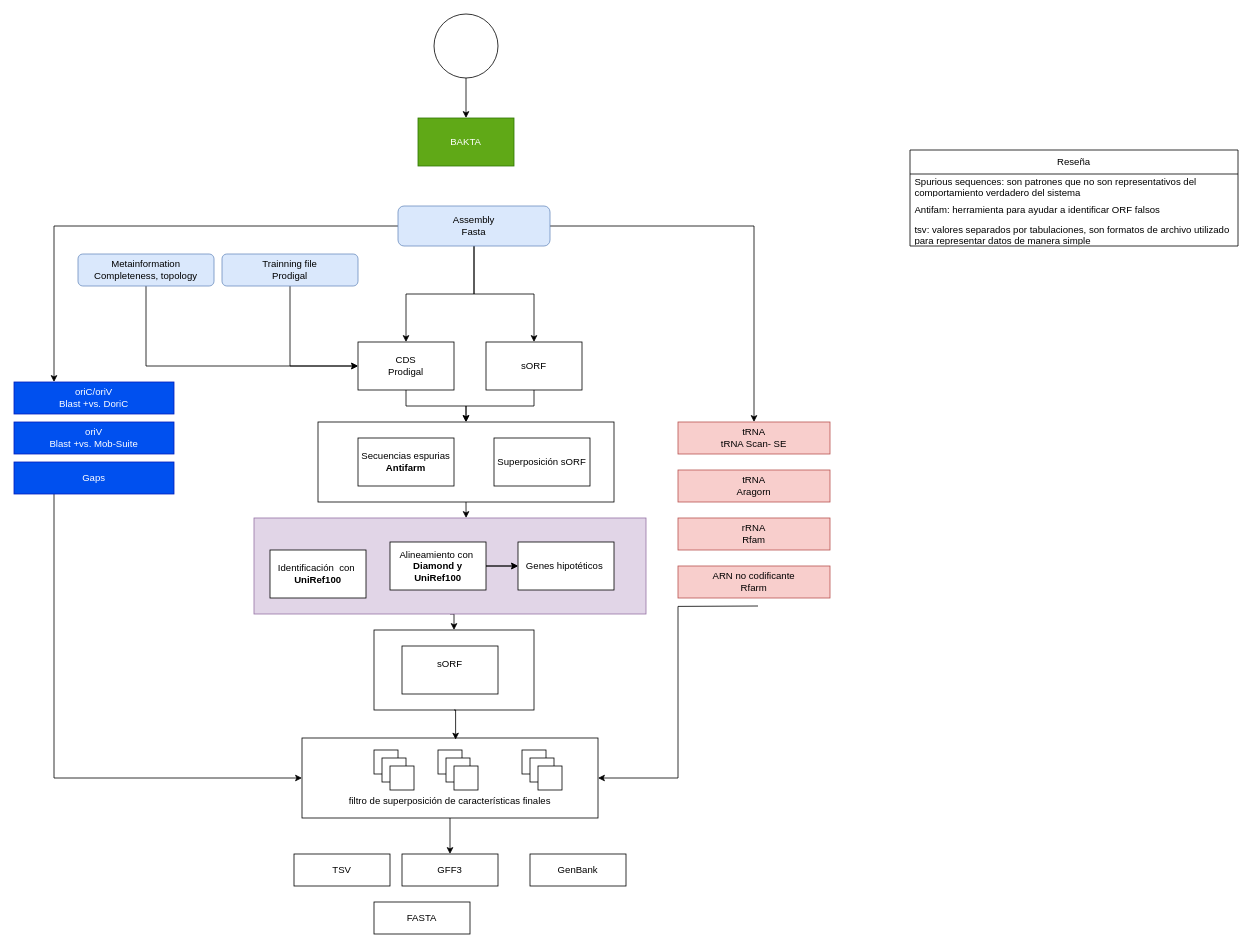
Earlier version of the draw.io diagram Diagrama sin título.drawio (danycp5/Trabajo_final). Source tidied: cells renumbered, new cells numbered last; positions are measured from the earlier drawing's top-left corner, leaving out a move shared by most shapes. Both pictures are drawn from the tidied source at 80%, with x=0, y=0 at pixel (14, 14).
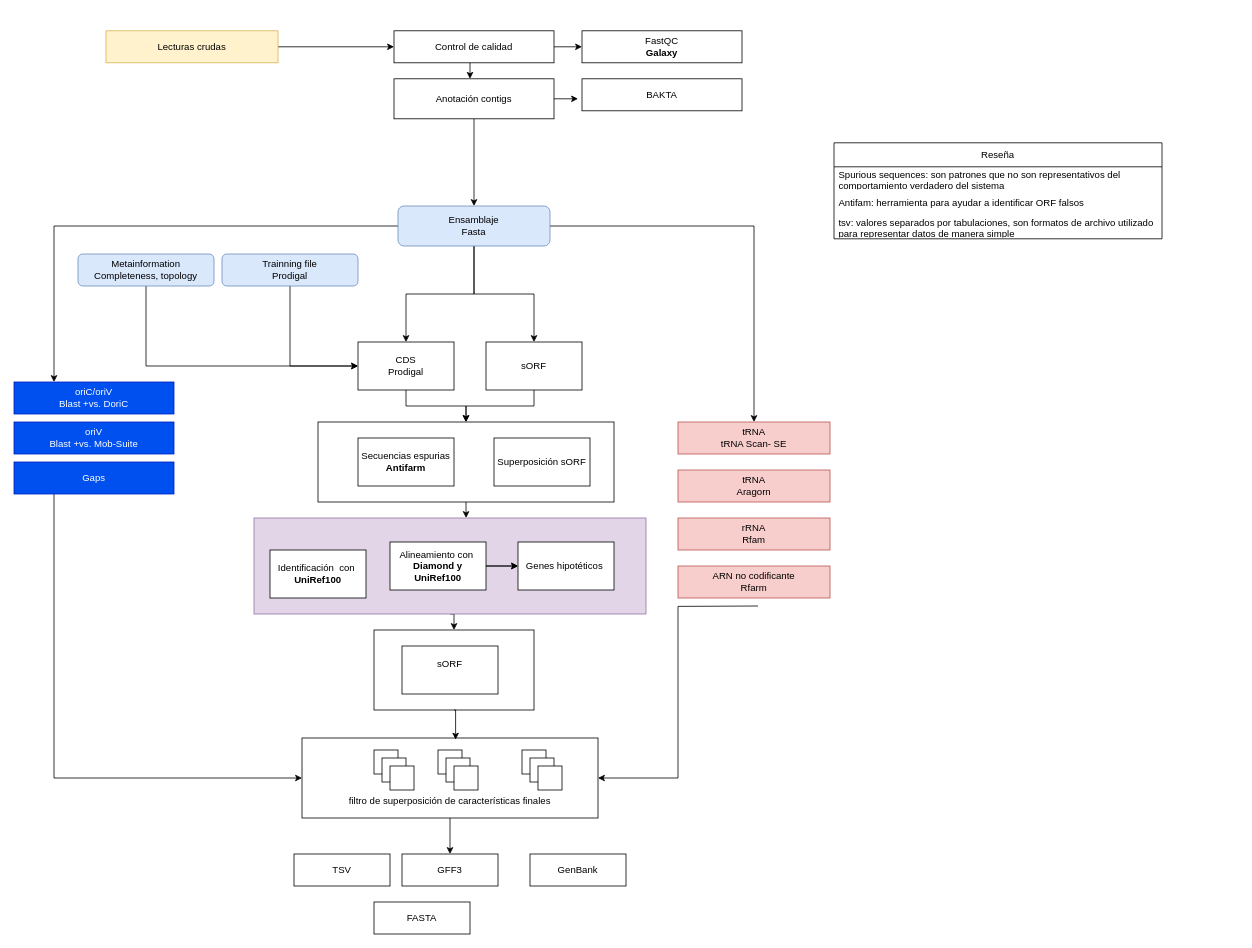
The same page after the edit.

Diff of the diagram source:
```diff
@@
-    <mxCell id="42" value="Assembly&lt;div&gt;Fasta&lt;/div&gt;" style="rounded=1;whiteSpace=wrap;html=1;fillColor=#dae8fc;strokeColor=#6c8ebf;" parent="1" vertex="1">
+    <mxCell id="42" value="Ensamblaje&lt;div&gt;Fasta&lt;/div&gt;" style="rounded=1;whiteSpace=wrap;html=1;fillColor=#dae8fc;strokeColor=#6c8ebf;" parent="1" vertex="1">
       <mxGeometry x="480" y="240" width="190" height="50" as="geometry" />
     </mxCell>
@@
     <mxCell id="49" value="Reseña" style="swimlane;fontStyle=0;horizontal=1;startSize=30;whiteSpace=wrap;html=1;" parent="1" vertex="1">
-      <mxGeometry x="1120" y="170" width="410" height="120" as="geometry" />
+      <mxGeometry x="1025" y="161" width="410" height="120" as="geometry" />
     </mxCell>
@@
-    <mxCell id="57" style="edgeStyle=orthogonalEdgeStyle;rounded=0;jettySize=auto;html=1;" parent="1" edge="1" source="58" target="59">
-      <mxGeometry relative="1" as="geometry" />
-    </mxCell>
-    <mxCell id="58" style="ellipse;whiteSpace=wrap;html=1;" parent="1" vertex="1">
-      <mxGeometry x="525" width="80" height="80" as="geometry" />
-    </mxCell>
+    <mxCell id="60" style="edgeStyle=orthogonalEdgeStyle;rounded=0;jettySize=auto;html=1;" parent="1" edge="1" source="61" target="63">
+      <mxGeometry relative="1" as="geometry" />
+    </mxCell>
+    <mxCell id="61" value="Lecturas crudas" style="rounded=0;whiteSpace=wrap;html=1;fillColor=#fff2cc;strokeColor=#d6b656;" parent="1" vertex="1">
+      <mxGeometry x="115" y="21" width="215" height="40" as="geometry" />
+    </mxCell>
+    <mxCell id="62" style="edgeStyle=orthogonalEdgeStyle;rounded=0;jettySize=auto;html=1;exitX=1;exitY=0.5;exitDx=0;exitDy=0;entryX=0;entryY=0.5;entryDx=0;entryDy=0;" parent="1" edge="1" source="63" target="64">
+      <mxGeometry relative="1" as="geometry" />
+    </mxCell>
+    <mxCell id="63" value="Control de calidad" style="whiteSpace=wrap;html=1;rounded=0;" parent="1" vertex="1">
+      <mxGeometry x="475" y="21" width="200" height="40" as="geometry" />
+    </mxCell>
+    <mxCell id="64" value="FastQC&lt;br&gt;&lt;b&gt;Galaxy&lt;/b&gt;" style="whiteSpace=wrap;html=1;rounded=0;" parent="1" vertex="1">
+      <mxGeometry x="710" y="21" width="200" height="40" as="geometry" />
+    </mxCell>
+    <mxCell id="65" style="edgeStyle=orthogonalEdgeStyle;rounded=0;orthogonalLoop=1;jettySize=auto;html=1;exitX=0.5;exitY=1;exitDx=0;exitDy=0;entryX=0.5;entryY=0;entryDx=0;entryDy=0;" parent="1" edge="1">
+      <mxGeometry relative="1" as="geometry">
+        <mxPoint x="570" y="61" as="sourcePoint" />
+        <mxPoint x="570" y="81" as="targetPoint" />
+      </mxGeometry>
+    </mxCell>
+    <mxCell id="66" style="edgeStyle=orthogonalEdgeStyle;rounded=0;jettySize=auto;html=1;exitX=0.5;exitY=1;exitDx=0;exitDy=0;entryX=0.5;entryY=0;entryDx=0;entryDy=0;" parent="1" edge="1" source="68" target="42">
+      <mxGeometry relative="1" as="geometry" />
+    </mxCell>
+    <mxCell id="67" style="edgeStyle=orthogonalEdgeStyle;rounded=0;jettySize=auto;html=1;exitX=1;exitY=0.5;exitDx=0;exitDy=0;" parent="1" edge="1" source="68">
+      <mxGeometry relative="1" as="geometry">
+        <mxPoint x="705" y="105.7" as="targetPoint" />
+      </mxGeometry>
+    </mxCell>
+    <mxCell id="68" value="Anotación contigs" style="whiteSpace=wrap;html=1;rounded=0;" parent="1" vertex="1">
+      <mxGeometry x="475" y="81" width="200" height="50" as="geometry" />
+    </mxCell>
-    <mxCell id="59" value="BAKTA" style="whiteSpace=wrap;html=1;fillColor=#60a917;fontColor=#ffffff;strokeColor=#2D7600;" parent="1" vertex="1">
-      <mxGeometry x="505" y="130" width="120" height="60" as="geometry" />
+    <mxCell id="59" value="BAKTA" style="whiteSpace=wrap;html=1;rounded=0;" parent="1" vertex="1">
+      <mxGeometry x="710" y="81" width="200" height="40" as="geometry" />
     </mxCell>
```
